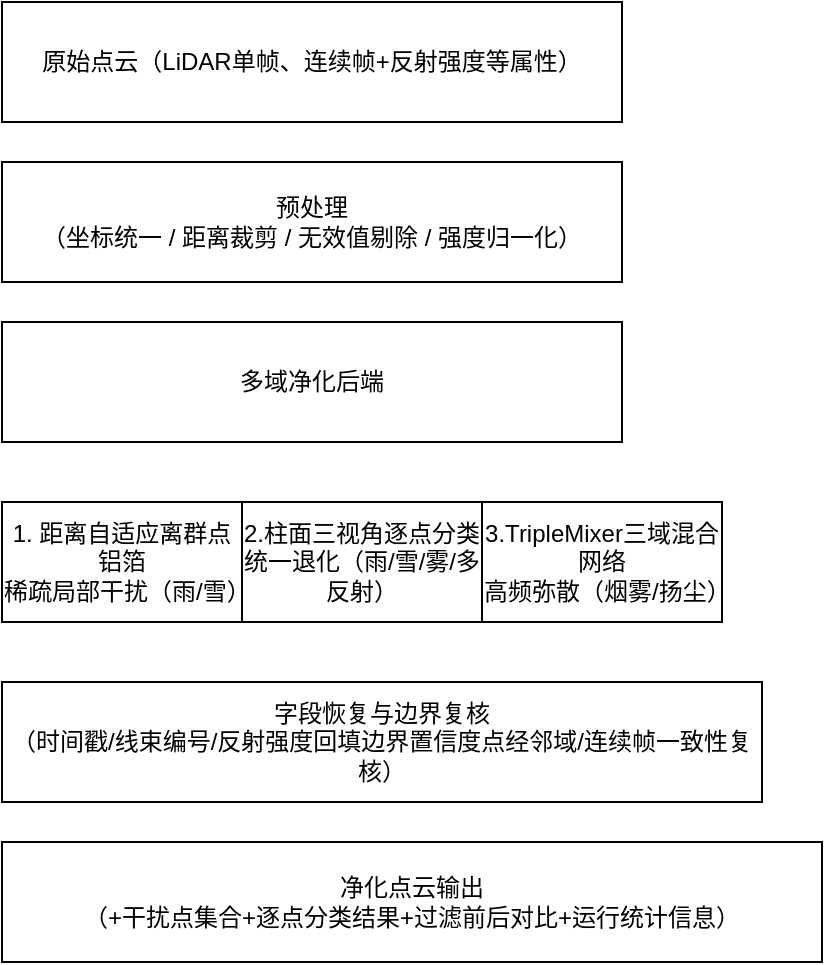
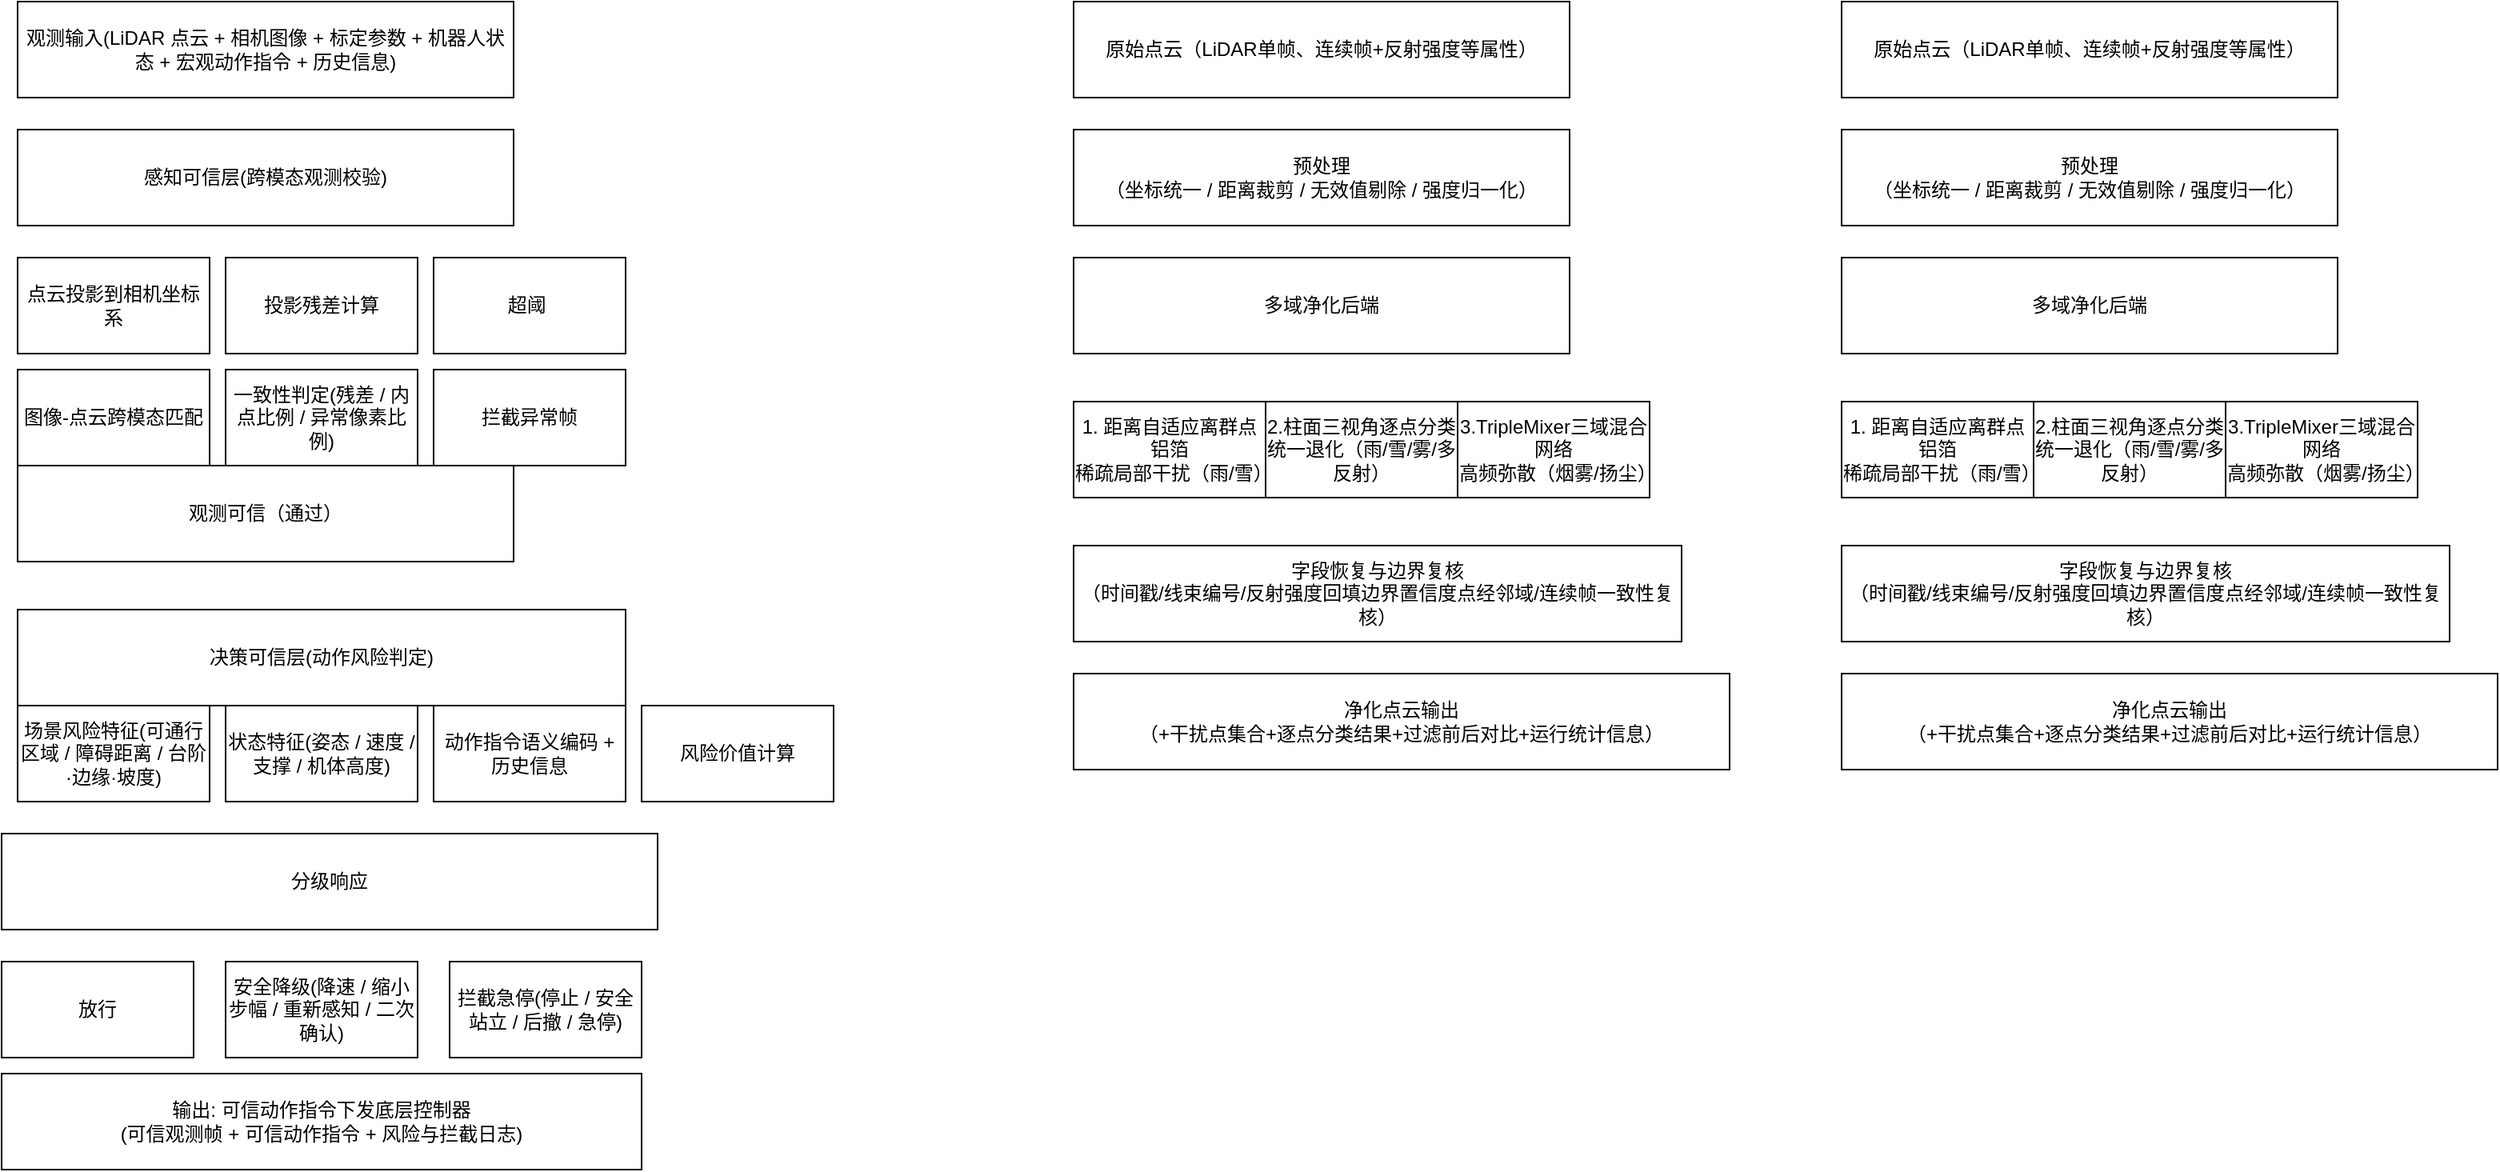
<mxfile host="app.diagrams.net">
  <diagram name="第 1 页" id="dQhYHDXbdkFcSWuIQUrr">
-     <mxGraphModel dx="855" dy="1158" grid="1" gridSize="10" guides="1" tooltips="1" connect="1" arrows="1" fold="1" page="1" pageScale="1" pageWidth="827" pageHeight="1169" math="0" shadow="0">
+     <mxGraphModel dx="1777" dy="858" grid="1" gridSize="10" guides="1" tooltips="1" connect="1" arrows="1" fold="1" page="1" pageScale="1" pageWidth="827" pageHeight="1169" math="0" shadow="0">
      <root>
        <mxCell id="0" />
        <mxCell id="1" parent="0" />
-         <mxCell id="31ud5ujLwNF54YdYqB_e-1" parent="1" style="rounded=0;whiteSpace=wrap;html=1;" value="原始点云（LiDAR单帧、连续帧+反射强度等属性）" vertex="1">
-           <mxGeometry height="60" width="310" x="100" y="190" as="geometry" />
+         <mxCell id="31ud5ujLwNF54YdYqB_e-1" parent="1" style="rounded=0;whiteSpace=wrap;html=1;" value="观测输入(LiDAR 点云 + 相机图像 + 标定参数 + 机器人状态 + 宏观动作指令 + 历史信息)" vertex="1">
+           <mxGeometry height="60" width="310" x="-90" y="190" as="geometry" />
        </mxCell>
-         <mxCell id="31ud5ujLwNF54YdYqB_e-2" parent="1" style="rounded=0;whiteSpace=wrap;html=1;" value="预处理&lt;div&gt;（坐标统一 / 距离裁剪 / 无效值剔除 / 强度归一化）&lt;/div&gt;" vertex="1">
-           <mxGeometry height="60" width="310" x="100" y="270" as="geometry" />
+         <mxCell id="31ud5ujLwNF54YdYqB_e-2" parent="1" style="rounded=0;whiteSpace=wrap;html=1;" value="感知可信层(跨模态观测校验)" vertex="1">
+           <mxGeometry height="60" width="310" x="-90" y="270" as="geometry" />
        </mxCell>
-         <mxCell id="31ud5ujLwNF54YdYqB_e-3" parent="1" style="rounded=0;whiteSpace=wrap;html=1;" value="多域净化后端" vertex="1">
-           <mxGeometry height="60" width="310" x="100" y="350" as="geometry" />
+         <mxCell id="31ud5ujLwNF54YdYqB_e-3" parent="1" style="rounded=0;whiteSpace=wrap;html=1;" value="观测可信（通过）" vertex="1">
+           <mxGeometry height="60" width="310" x="-90" y="480" as="geometry" />
        </mxCell>
-         <mxCell id="31ud5ujLwNF54YdYqB_e-4" parent="1" style="rounded=0;whiteSpace=wrap;html=1;" value="1. 距离自适应离群点铝箔&lt;div&gt;稀疏局部干扰（雨/雪）&lt;/div&gt;" vertex="1">
-           <mxGeometry height="60" width="120" x="100" y="440" as="geometry" />
+         <mxCell id="BFLlxgR6k2uAPhuwH8G4-3" parent="1" style="rounded=0;whiteSpace=wrap;html=1;" value="决策可信层(动作风险判定)" vertex="1">
+           <mxGeometry height="60" width="380" x="-90" y="570" as="geometry" />
        </mxCell>
-         <mxCell id="31ud5ujLwNF54YdYqB_e-5" parent="1" style="rounded=0;whiteSpace=wrap;html=1;" value="2.柱面三视角逐点分类&lt;div&gt;统一退化（雨/雪/雾/多反射）&lt;/div&gt;" vertex="1">
-           <mxGeometry height="60" width="120" x="220" y="440" as="geometry" />
+         <mxCell id="BFLlxgR6k2uAPhuwH8G4-4" parent="1" style="rounded=0;whiteSpace=wrap;html=1;" value="分级响应" vertex="1">
+           <mxGeometry height="60" width="410" x="-100" y="710" as="geometry" />
        </mxCell>
-         <mxCell id="BFLlxgR6k2uAPhuwH8G4-1" parent="1" style="rounded=0;whiteSpace=wrap;html=1;" value="3.TripleMixer三域混合网络&lt;div&gt;高频弥散（烟雾/扬尘）&lt;/div&gt;" vertex="1">
-           <mxGeometry height="60" width="120" x="340" y="440" as="geometry" />
+         <mxCell id="BFLlxgR6k2uAPhuwH8G4-6" parent="1" style="rounded=0;whiteSpace=wrap;html=1;" value="原始点云（LiDAR单帧、连续帧+反射强度等属性）" vertex="1">
+           <mxGeometry height="60" width="310" x="570" y="190" as="geometry" />
        </mxCell>
-         <mxCell id="BFLlxgR6k2uAPhuwH8G4-3" parent="1" style="rounded=0;whiteSpace=wrap;html=1;" value="字段恢复与边界复核&lt;div&gt;（时间戳/线束编号/反射强度回填边界置信度点经邻域/连续帧一致性复核）&lt;/div&gt;" vertex="1">
-           <mxGeometry height="60" width="380" x="100" y="530" as="geometry" />
+         <mxCell id="BFLlxgR6k2uAPhuwH8G4-7" parent="1" style="rounded=0;whiteSpace=wrap;html=1;" value="预处理&lt;div&gt;（坐标统一 / 距离裁剪 / 无效值剔除 / 强度归一化）&lt;/div&gt;" vertex="1">
+           <mxGeometry height="60" width="310" x="570" y="270" as="geometry" />
        </mxCell>
-         <mxCell id="BFLlxgR6k2uAPhuwH8G4-4" parent="1" style="rounded=0;whiteSpace=wrap;html=1;" value="净化点云输出&lt;div&gt;（+干扰点集合+逐点分类结果+过滤前后对比+运行统计信息）&lt;/div&gt;" vertex="1">
-           <mxGeometry height="60" width="410" x="100" y="610" as="geometry" />
+         <mxCell id="BFLlxgR6k2uAPhuwH8G4-8" parent="1" style="rounded=0;whiteSpace=wrap;html=1;" value="多域净化后端" vertex="1">
+           <mxGeometry height="60" width="310" x="570" y="350" as="geometry" />
+         </mxCell>
+         <mxCell id="BFLlxgR6k2uAPhuwH8G4-9" parent="1" style="rounded=0;whiteSpace=wrap;html=1;" value="1. 距离自适应离群点铝箔&lt;div&gt;稀疏局部干扰（雨/雪）&lt;/div&gt;" vertex="1">
+           <mxGeometry height="60" width="120" x="570" y="440" as="geometry" />
+         </mxCell>
+         <mxCell id="BFLlxgR6k2uAPhuwH8G4-10" parent="1" style="rounded=0;whiteSpace=wrap;html=1;" value="2.柱面三视角逐点分类&lt;div&gt;统一退化（雨/雪/雾/多反射）&lt;/div&gt;" vertex="1">
+           <mxGeometry height="60" width="120" x="690" y="440" as="geometry" />
+         </mxCell>
+         <mxCell id="BFLlxgR6k2uAPhuwH8G4-11" parent="1" style="rounded=0;whiteSpace=wrap;html=1;" value="3.TripleMixer三域混合网络&lt;div&gt;高频弥散（烟雾/扬尘）&lt;/div&gt;" vertex="1">
+           <mxGeometry height="60" width="120" x="810" y="440" as="geometry" />
+         </mxCell>
+         <mxCell id="BFLlxgR6k2uAPhuwH8G4-12" parent="1" style="rounded=0;whiteSpace=wrap;html=1;" value="字段恢复与边界复核&lt;div&gt;（时间戳/线束编号/反射强度回填边界置信度点经邻域/连续帧一致性复核）&lt;/div&gt;" vertex="1">
+           <mxGeometry height="60" width="380" x="570" y="530" as="geometry" />
+         </mxCell>
+         <mxCell id="BFLlxgR6k2uAPhuwH8G4-13" parent="1" style="rounded=0;whiteSpace=wrap;html=1;" value="净化点云输出&lt;div&gt;（+干扰点集合+逐点分类结果+过滤前后对比+运行统计信息）&lt;/div&gt;" vertex="1">
+           <mxGeometry height="60" width="410" x="570" y="610" as="geometry" />
+         </mxCell>
+         <mxCell id="BFLlxgR6k2uAPhuwH8G4-14" parent="1" style="rounded=0;whiteSpace=wrap;html=1;" value="原始点云（LiDAR单帧、连续帧+反射强度等属性）" vertex="1">
+           <mxGeometry height="60" width="310" x="1050" y="190" as="geometry" />
+         </mxCell>
+         <mxCell id="BFLlxgR6k2uAPhuwH8G4-15" parent="1" style="rounded=0;whiteSpace=wrap;html=1;" value="预处理&lt;div&gt;（坐标统一 / 距离裁剪 / 无效值剔除 / 强度归一化）&lt;/div&gt;" vertex="1">
+           <mxGeometry height="60" width="310" x="1050" y="270" as="geometry" />
+         </mxCell>
+         <mxCell id="BFLlxgR6k2uAPhuwH8G4-16" parent="1" style="rounded=0;whiteSpace=wrap;html=1;" value="多域净化后端" vertex="1">
+           <mxGeometry height="60" width="310" x="1050" y="350" as="geometry" />
+         </mxCell>
+         <mxCell id="BFLlxgR6k2uAPhuwH8G4-17" parent="1" style="rounded=0;whiteSpace=wrap;html=1;" value="1. 距离自适应离群点铝箔&lt;div&gt;稀疏局部干扰（雨/雪）&lt;/div&gt;" vertex="1">
+           <mxGeometry height="60" width="120" x="1050" y="440" as="geometry" />
+         </mxCell>
+         <mxCell id="BFLlxgR6k2uAPhuwH8G4-18" parent="1" style="rounded=0;whiteSpace=wrap;html=1;" value="2.柱面三视角逐点分类&lt;div&gt;统一退化（雨/雪/雾/多反射）&lt;/div&gt;" vertex="1">
+           <mxGeometry height="60" width="120" x="1170" y="440" as="geometry" />
+         </mxCell>
+         <mxCell id="BFLlxgR6k2uAPhuwH8G4-19" parent="1" style="rounded=0;whiteSpace=wrap;html=1;" value="3.TripleMixer三域混合网络&lt;div&gt;高频弥散（烟雾/扬尘）&lt;/div&gt;" vertex="1">
+           <mxGeometry height="60" width="120" x="1290" y="440" as="geometry" />
+         </mxCell>
+         <mxCell id="BFLlxgR6k2uAPhuwH8G4-20" parent="1" style="rounded=0;whiteSpace=wrap;html=1;" value="字段恢复与边界复核&lt;div&gt;（时间戳/线束编号/反射强度回填边界置信度点经邻域/连续帧一致性复核）&lt;/div&gt;" vertex="1">
+           <mxGeometry height="60" width="380" x="1050" y="530" as="geometry" />
+         </mxCell>
+         <mxCell id="BFLlxgR6k2uAPhuwH8G4-21" parent="1" style="rounded=0;whiteSpace=wrap;html=1;" value="净化点云输出&lt;div&gt;（+干扰点集合+逐点分类结果+过滤前后对比+运行统计信息）&lt;/div&gt;" vertex="1">
+           <mxGeometry height="60" width="410" x="1050" y="610" as="geometry" />
+         </mxCell>
+         <mxCell id="BFLlxgR6k2uAPhuwH8G4-22" parent="1" style="rounded=0;whiteSpace=wrap;html=1;" value="点云投影到相机坐标系" vertex="1">
+           <mxGeometry height="60" width="120" x="-90" y="350" as="geometry" />
+         </mxCell>
+         <mxCell id="BFLlxgR6k2uAPhuwH8G4-23" parent="1" style="rounded=0;whiteSpace=wrap;html=1;" value="图像-点云跨模态匹配" vertex="1">
+           <mxGeometry height="60" width="120" x="-90" y="420" as="geometry" />
+         </mxCell>
+         <mxCell id="BFLlxgR6k2uAPhuwH8G4-24" parent="1" style="rounded=0;whiteSpace=wrap;html=1;" value="投影残差计算" vertex="1">
+           <mxGeometry height="60" width="120" x="40" y="350" as="geometry" />
+         </mxCell>
+         <mxCell id="BFLlxgR6k2uAPhuwH8G4-25" parent="1" style="rounded=0;whiteSpace=wrap;html=1;" value="一致性判定(残差 / 内点比例 / 异常像素比例)" vertex="1">
+           <mxGeometry height="60" width="120" x="40" y="420" as="geometry" />
+         </mxCell>
+         <mxCell id="BFLlxgR6k2uAPhuwH8G4-26" parent="1" style="rounded=0;whiteSpace=wrap;html=1;" value="超阈&amp;nbsp;" vertex="1">
+           <mxGeometry height="60" width="120" x="170" y="350" as="geometry" />
+         </mxCell>
+         <mxCell id="BFLlxgR6k2uAPhuwH8G4-27" parent="1" style="rounded=0;whiteSpace=wrap;html=1;" value="拦截异常帧" vertex="1">
+           <mxGeometry height="60" width="120" x="170" y="420" as="geometry" />
+         </mxCell>
+         <mxCell id="BFLlxgR6k2uAPhuwH8G4-28" parent="1" style="rounded=0;whiteSpace=wrap;html=1;" value="场景风险特征(可通行区域 / 障碍距离 / 台阶·边缘·坡度)" vertex="1">
+           <mxGeometry height="60" width="120" x="-90" y="630" as="geometry" />
+         </mxCell>
+         <mxCell id="BFLlxgR6k2uAPhuwH8G4-29" parent="1" style="rounded=0;whiteSpace=wrap;html=1;" value="状态特征(姿态 / 速度 / 支撑 / 机体高度)" vertex="1">
+           <mxGeometry height="60" width="120" x="40" y="630" as="geometry" />
+         </mxCell>
+         <mxCell id="BFLlxgR6k2uAPhuwH8G4-30" parent="1" style="rounded=0;whiteSpace=wrap;html=1;" value="动作指令语义编码 + 历史信息" vertex="1">
+           <mxGeometry height="60" width="120" x="170" y="630" as="geometry" />
+         </mxCell>
+         <mxCell id="BFLlxgR6k2uAPhuwH8G4-31" parent="1" style="rounded=0;whiteSpace=wrap;html=1;" value="风险价值计算" vertex="1">
+           <mxGeometry height="60" width="120" x="300" y="630" as="geometry" />
+         </mxCell>
+         <mxCell id="BFLlxgR6k2uAPhuwH8G4-32" parent="1" style="rounded=0;whiteSpace=wrap;html=1;" value="放行" vertex="1">
+           <mxGeometry height="60" width="120" x="-100" y="790" as="geometry" />
+         </mxCell>
+         <mxCell id="BFLlxgR6k2uAPhuwH8G4-33" parent="1" style="rounded=0;whiteSpace=wrap;html=1;" value="输出: 可信动作指令下发底层控制器&lt;div&gt;(可信观测帧 + 可信动作指令 + 风险与拦截日志)&lt;/div&gt;" vertex="1">
+           <mxGeometry height="60" width="400" x="-100" y="860" as="geometry" />
+         </mxCell>
+         <mxCell id="BFLlxgR6k2uAPhuwH8G4-34" parent="1" style="rounded=0;whiteSpace=wrap;html=1;" value="安全降级(降速 / 缩小步幅 / 重新感知 / 二次确认)" vertex="1">
+           <mxGeometry height="60" width="120" x="40" y="790" as="geometry" />
+         </mxCell>
+         <mxCell id="BFLlxgR6k2uAPhuwH8G4-35" parent="1" style="rounded=0;whiteSpace=wrap;html=1;" value="拦截急停(停止 / 安全站立 / 后撤 / 急停)" vertex="1">
+           <mxGeometry height="60" width="120" x="180" y="790" as="geometry" />
        </mxCell>
      </root>
    </mxGraphModel>
  </diagram>
</mxfile>
